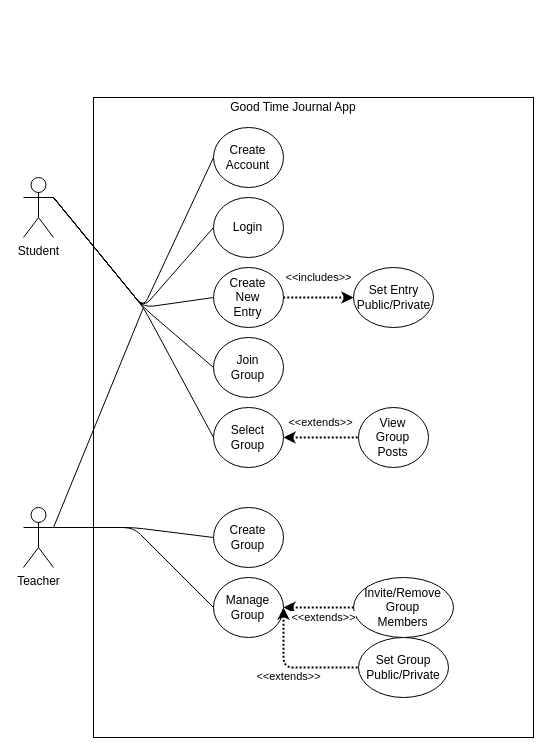
Before: UseCase.drawio in VadathHeilsang/430DreamTeam, a draw.io diagram. Source tidied: cells renumbered, new cells numbered last; positions are measured from the earlier drawing's top-left corner, leaving out a move shared by most shapes. Both pictures are drawn from the tidied source at 100%, with x=0, y=0 at pixel (23, 97).
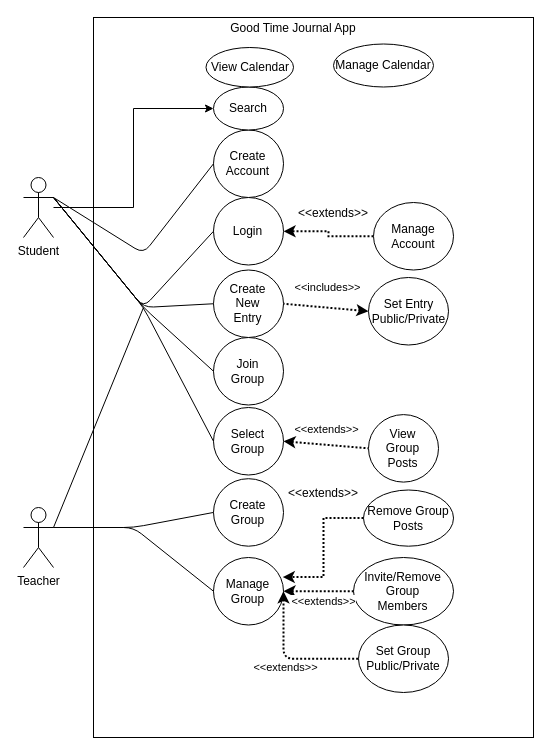
After the change.

The change refers to these unchanged cells:
```xml
<mxCell id="2" style="group;" parent="1" vertex="1">
  <mxGeometry x="220" y="20" width="290" height="620" as="geometry" />
</mxCell>
<mxCell id="45" value="Student" style="shape=umlActor;verticalLabelPosition=bottom;verticalAlign=top;html=1;outlineConnect=0;" parent="1" vertex="1">
  <mxGeometry y="80" width="30" height="60" as="geometry" />
</mxCell>
```

What changed in the source:
```diff
@@
     <mxCell id="3" style="group;" parent="2" vertex="1">
-      <mxGeometry x="-150" y="-20" width="440" height="640" as="geometry" />
+      <mxGeometry x="-150" y="-100" width="440" height="720" as="geometry" />
     </mxCell>
     <mxCell id="4" style="rounded=0;whiteSpace=wrap;html=1;" parent="3" vertex="1">
-      <mxGeometry width="440" height="640" as="geometry" />
+      <mxGeometry width="440" height="720" as="geometry" />
     </mxCell>
     <mxCell id="5" value="Good Time Journal App" style="text;html=1;strokeColor=none;fillColor=none;align=center;verticalAlign=middle;whiteSpace=wrap;rounded=0;" parent="3" vertex="1">
-      <mxGeometry x="130" width="140" height="20" as="geometry" />
+      <mxGeometry x="130" width="140" height="22.5" as="geometry" />
     </mxCell>
-    <mxCell id="6" style="endArrow=none;html=1;entryX=0;entryY=0.5;entryDx=0;entryDy=0;" parent="3" edge="1" target="12">
-      <mxGeometry relative="1" as="geometry">
-        <mxPoint x="-40" y="100" as="sourcePoint" />
-        <Array as="points">
-          <mxPoint x="50" y="210" />
-        </Array>
-      </mxGeometry>
-    </mxCell>
@@
     <mxCell id="8" style="group;" parent="3" vertex="1">
-      <mxGeometry x="120" y="240" width="70" height="60" as="geometry" />
+      <mxGeometry x="120" y="320" width="70" height="67.5" as="geometry" />
     </mxCell>
     <mxCell id="9" style="ellipse;whiteSpace=wrap;html=1;" parent="8" vertex="1">
-      <mxGeometry width="70" height="60" as="geometry" />
+      <mxGeometry width="70" height="67.5" as="geometry" />
     </mxCell>
     <mxCell id="10" value="Join Group" style="text;html=1;strokeColor=none;fillColor=none;align=center;verticalAlign=middle;whiteSpace=wrap;rounded=0;" parent="8" vertex="1">
-      <mxGeometry x="23.3" y="22.5" width="23.3" height="15" as="geometry" />
+      <mxGeometry x="23.3" y="25.3" width="23.3" height="16.9" as="geometry" />
     </mxCell>
-    <mxCell id="11" style="group;" parent="3" vertex="1">
-      <mxGeometry x="120" y="30" width="70" height="60" as="geometry" />
-    </mxCell>
-    <mxCell id="12" style="ellipse;whiteSpace=wrap;html=1;" parent="11" vertex="1">
-      <mxGeometry width="70" height="60" as="geometry" />
-    </mxCell>
-    <mxCell id="13" value="Create Account" style="text;html=1;strokeColor=none;fillColor=none;align=center;verticalAlign=middle;whiteSpace=wrap;rounded=0;" parent="11" vertex="1">
-      <mxGeometry x="23.3" y="22.5" width="23.3" height="15" as="geometry" />
-    </mxCell>
-    <mxCell id="14" style="group;" parent="3" vertex="1">
-      <mxGeometry x="120" y="100" width="70" height="60" as="geometry" />
-    </mxCell>
-    <mxCell id="15" style="ellipse;whiteSpace=wrap;html=1;" parent="14" vertex="1">
-      <mxGeometry width="70" height="60" as="geometry" />
-    </mxCell>
-    <mxCell id="16" value="&lt;div&gt;Login&lt;/div&gt;" style="text;html=1;strokeColor=none;fillColor=none;align=center;verticalAlign=middle;whiteSpace=wrap;rounded=0;" parent="14" vertex="1">
-      <mxGeometry x="23.3" y="22.5" width="23.3" height="15" as="geometry" />
-    </mxCell>
-    <mxCell id="17" style="group;" parent="3" vertex="1">
-      <mxGeometry x="260" y="170" width="80" height="60" as="geometry" />
-    </mxCell>
-    <mxCell id="18" style="ellipse;whiteSpace=wrap;html=1;" parent="17" vertex="1">
-      <mxGeometry width="80" height="60" as="geometry" />
-    </mxCell>
-    <mxCell id="19" value="&lt;div&gt;Set Entry Public/Private&lt;/div&gt;" style="text;html=1;strokeColor=none;fillColor=none;align=center;verticalAlign=middle;whiteSpace=wrap;rounded=0;" parent="17" vertex="1">
-      <mxGeometry x="26.7" y="22.5" width="26.7" height="15" as="geometry" />
-    </mxCell>
-    <mxCell id="20" style="group;" parent="3" vertex="1">
-      <mxGeometry x="120" y="310" width="70" height="60" as="geometry" />
-    </mxCell>
-    <mxCell id="21" style="ellipse;whiteSpace=wrap;html=1;" parent="20" vertex="1">
-      <mxGeometry width="70" height="60" as="geometry" />
-    </mxCell>
-    <mxCell id="22" value="Select Group" style="text;html=1;strokeColor=none;fillColor=none;align=center;verticalAlign=middle;whiteSpace=wrap;rounded=0;" parent="20" vertex="1">
-      <mxGeometry x="23.3" y="22.5" width="23.3" height="15" as="geometry" />
-    </mxCell>
-    <mxCell id="23" style="group;" parent="3" vertex="1">
-      <mxGeometry x="120" y="170" width="70" height="60" as="geometry" />
-    </mxCell>
-    <mxCell id="24" style="ellipse;whiteSpace=wrap;html=1;" parent="23" vertex="1">
-      <mxGeometry width="70" height="60" as="geometry" />
-    </mxCell>
-    <mxCell id="25" value="Create New Entry" style="text;html=1;strokeColor=none;fillColor=none;align=center;verticalAlign=middle;whiteSpace=wrap;rounded=0;" parent="23" vertex="1">
-      <mxGeometry x="23.3" y="22.5" width="23.3" height="15" as="geometry" />
-    </mxCell>
@@
-    <mxCell id="27" style="group;" parent="3" vertex="1">
-      <mxGeometry x="265" y="310" width="70" height="60" as="geometry" />
-    </mxCell>
-    <mxCell id="28" style="ellipse;whiteSpace=wrap;html=1;" parent="27" vertex="1">
-      <mxGeometry width="70" height="60" as="geometry" />
-    </mxCell>
-    <mxCell id="29" value="View Group Posts" style="text;html=1;strokeColor=none;fillColor=none;align=center;verticalAlign=middle;whiteSpace=wrap;rounded=0;" parent="27" vertex="1">
-      <mxGeometry x="23.3" y="22.5" width="23.3" height="15" as="geometry" />
-    </mxCell>
     <mxCell id="30" style="group;" parent="3" vertex="1">
-      <mxGeometry x="120" y="410" width="70" height="60" as="geometry" />
+      <mxGeometry x="120" y="461.2" width="70" height="67.5" as="geometry" />
     </mxCell>
     <mxCell id="31" style="ellipse;whiteSpace=wrap;html=1;" parent="30" vertex="1">
-      <mxGeometry width="70" height="60" as="geometry" />
+      <mxGeometry width="70" height="67.5" as="geometry" />
     </mxCell>
     <mxCell id="32" value="Create Group" style="text;html=1;strokeColor=none;fillColor=none;align=center;verticalAlign=middle;whiteSpace=wrap;rounded=0;" parent="30" vertex="1">
-      <mxGeometry x="23.3" y="22.5" width="23.3" height="15" as="geometry" />
+      <mxGeometry x="23.3" y="25.3" width="23.3" height="16.9" as="geometry" />
     </mxCell>
     <mxCell id="33" style="group;" parent="3" vertex="1">
-      <mxGeometry x="120" y="480" width="70" height="60" as="geometry" />
+      <mxGeometry x="120" y="540" width="70" height="67.5" as="geometry" />
     </mxCell>
     <mxCell id="34" style="ellipse;whiteSpace=wrap;html=1;" parent="33" vertex="1">
-      <mxGeometry width="70" height="60" as="geometry" />
+      <mxGeometry width="70" height="67.5" as="geometry" />
     </mxCell>
     <mxCell id="35" value="Manage Group" style="text;html=1;strokeColor=none;fillColor=none;align=center;verticalAlign=middle;whiteSpace=wrap;rounded=0;" parent="33" vertex="1">
-      <mxGeometry x="23.3" y="22.5" width="23.3" height="15" as="geometry" />
+      <mxGeometry x="23.3" y="25.3" width="23.3" height="16.9" as="geometry" />
     </mxCell>
     <mxCell id="36" style="group;" parent="3" vertex="1">
-      <mxGeometry x="260" y="480" width="100" height="60" as="geometry" />
+      <mxGeometry x="260" y="540" width="100" height="67.5" as="geometry" />
     </mxCell>
     <mxCell id="37" style="ellipse;whiteSpace=wrap;html=1;" parent="36" vertex="1">
-      <mxGeometry width="100" height="60" as="geometry" />
+      <mxGeometry width="100" height="67.5" as="geometry" />
     </mxCell>
     <mxCell id="38" value="Invite/Remove Group Members" style="text;html=1;strokeColor=none;fillColor=none;align=center;verticalAlign=middle;whiteSpace=wrap;rounded=0;" parent="36" vertex="1">
-      <mxGeometry x="33.3" y="22.5" width="33.3" height="15" as="geometry" />
+      <mxGeometry x="33.3" y="25.3" width="33.3" height="16.9" as="geometry" />
     </mxCell>
     <mxCell id="39" style="group;" parent="3" vertex="1">
-      <mxGeometry x="265" y="540" width="90" height="60" as="geometry" />
+      <mxGeometry x="265" y="607.5" width="90" height="67.5" as="geometry" />
     </mxCell>
     <mxCell id="40" style="ellipse;whiteSpace=wrap;html=1;" parent="39" vertex="1">
-      <mxGeometry width="90" height="60" as="geometry" />
+      <mxGeometry width="90" height="67.5" as="geometry" />
     </mxCell>
     <mxCell id="41" value="Set Group Public/Private" style="text;html=1;strokeColor=none;fillColor=none;align=center;verticalAlign=middle;whiteSpace=wrap;rounded=0;" parent="39" vertex="1">
-      <mxGeometry x="30" y="22.5" width="30" height="15" as="geometry" />
+      <mxGeometry x="30" y="25.3" width="30" height="16.9" as="geometry" />
     </mxCell>
     <mxCell id="42" value="&amp;lt;&amp;lt;extends&amp;gt;&amp;gt;" style="endArrow=none;html=1;strokeWidth=2;startArrow=classic;startFill=1;dashed=1;dashPattern=1 1;entryX=0;entryY=0.5;entryDx=0;entryDy=0;exitX=1;exitY=0.5;exitDx=0;exitDy=0;" parent="3" edge="1" source="34" target="40">
       <mxGeometry x="-0.03" y="-9" relative="1" as="geometry">
         <Array as="points">
-          <mxPoint x="190" y="570" />
+          <mxPoint x="190" y="641.2" />
         </Array>
       </mxGeometry>
     </mxCell>
@@
+    <mxCell id="53" style="edgeStyle=orthogonalEdgeStyle;rounded=0;jettySize=auto;html=1;exitX=0;exitY=0.5;exitDx=0;exitDy=0;dashed=1;dashPattern=1 1;strokeWidth=2;" parent="3" edge="1" source="54" target="15">
+      <mxGeometry relative="1" as="geometry" />
+    </mxCell>
+    <mxCell id="54" value="Manage Account" style="ellipse;whiteSpace=wrap;html=1;" parent="3" vertex="1">
+      <mxGeometry x="280" y="185" width="80" height="67.5" as="geometry" />
+    </mxCell>
+    <mxCell id="55" value="&amp;lt;&amp;lt;extends&amp;gt;&amp;gt;" style="text;html=1;strokeColor=none;fillColor=none;align=center;verticalAlign=middle;whiteSpace=wrap;rounded=0;" parent="3" vertex="1">
+      <mxGeometry x="220" y="185" width="40" height="22.5" as="geometry" />
+    </mxCell>
+    <mxCell id="56" style="edgeStyle=orthogonalEdgeStyle;rounded=0;jettySize=auto;html=1;exitX=0;exitY=0.5;exitDx=0;exitDy=0;entryX=0.989;entryY=0.29;entryDx=0;entryDy=0;entryPerimeter=0;dashed=1;dashPattern=1 1;strokeWidth=2;" parent="3" edge="1" source="57" target="34">
+      <mxGeometry relative="1" as="geometry" />
+    </mxCell>
+    <mxCell id="57" value="Remove Group Posts" style="ellipse;whiteSpace=wrap;html=1;" parent="3" vertex="1">
+      <mxGeometry x="270" y="472.5" width="90" height="56.2" as="geometry" />
+    </mxCell>
+    <mxCell id="58" value="&amp;lt;&amp;lt;extends&amp;gt;&amp;gt;" style="text;html=1;strokeColor=none;fillColor=none;align=center;verticalAlign=middle;whiteSpace=wrap;rounded=0;" parent="3" vertex="1">
+      <mxGeometry x="210" y="464.6" width="40" height="22.5" as="geometry" />
+    </mxCell>
+    <mxCell id="20" style="group;" parent="3" vertex="1">
+      <mxGeometry x="120" y="390" width="70" height="67.5" as="geometry" />
+    </mxCell>
+    <mxCell id="21" style="ellipse;whiteSpace=wrap;html=1;" parent="20" vertex="1">
+      <mxGeometry width="70" height="67.5" as="geometry" />
+    </mxCell>
+    <mxCell id="22" value="Select Group" style="text;html=1;strokeColor=none;fillColor=none;align=center;verticalAlign=middle;whiteSpace=wrap;rounded=0;" parent="20" vertex="1">
+      <mxGeometry x="23.3" y="25.3" width="23.3" height="16.9" as="geometry" />
+    </mxCell>
+    <mxCell id="23" style="group;" parent="3" vertex="1">
+      <mxGeometry x="120" y="252.5" width="70" height="67.5" as="geometry" />
+    </mxCell>
+    <mxCell id="24" style="ellipse;whiteSpace=wrap;html=1;" parent="23" vertex="1">
+      <mxGeometry width="70" height="67.5" as="geometry" />
+    </mxCell>
+    <mxCell id="25" value="Create New Entry" style="text;html=1;strokeColor=none;fillColor=none;align=center;verticalAlign=middle;whiteSpace=wrap;rounded=0;" parent="23" vertex="1">
+      <mxGeometry x="23.3" y="25.3" width="23.3" height="16.9" as="geometry" />
+    </mxCell>
+    <mxCell id="14" style="group;" parent="3" vertex="1">
+      <mxGeometry x="120" y="180" width="70" height="67.5" as="geometry" />
+    </mxCell>
+    <mxCell id="15" style="ellipse;whiteSpace=wrap;html=1;" parent="14" vertex="1">
+      <mxGeometry width="70" height="67.5" as="geometry" />
+    </mxCell>
+    <mxCell id="16" value="&lt;div&gt;Login&lt;/div&gt;" style="text;html=1;strokeColor=none;fillColor=none;align=center;verticalAlign=middle;whiteSpace=wrap;rounded=0;" parent="14" vertex="1">
+      <mxGeometry x="23.3" y="25.3" width="23.3" height="16.9" as="geometry" />
+    </mxCell>
+    <mxCell id="27" style="group;" parent="3" vertex="1">
+      <mxGeometry x="275" y="397.1" width="70" height="67.5" as="geometry" />
+    </mxCell>
+    <mxCell id="28" style="ellipse;whiteSpace=wrap;html=1;" parent="27" vertex="1">
+      <mxGeometry width="70" height="67.5" as="geometry" />
+    </mxCell>
+    <mxCell id="29" value="View Group Posts" style="text;html=1;strokeColor=none;fillColor=none;align=center;verticalAlign=middle;whiteSpace=wrap;rounded=0;" parent="27" vertex="1">
+      <mxGeometry x="23.3" y="25.3" width="23.3" height="16.9" as="geometry" />
+    </mxCell>
+    <mxCell id="17" style="group;" parent="3" vertex="1">
+      <mxGeometry x="275" y="260" width="80" height="67.5" as="geometry" />
+    </mxCell>
+    <mxCell id="18" style="ellipse;whiteSpace=wrap;html=1;" parent="17" vertex="1">
+      <mxGeometry width="80" height="67.5" as="geometry" />
+    </mxCell>
+    <mxCell id="19" value="&lt;div&gt;Set Entry Public/Private&lt;/div&gt;" style="text;html=1;strokeColor=none;fillColor=none;align=center;verticalAlign=middle;whiteSpace=wrap;rounded=0;" parent="17" vertex="1">
+      <mxGeometry x="26.7" y="25.3" width="26.7" height="16.9" as="geometry" />
+    </mxCell>
+    <mxCell id="11" style="group;" parent="3" vertex="1">
+      <mxGeometry x="120" y="112.5" width="70" height="67.5" as="geometry" />
+    </mxCell>
+    <mxCell id="12" style="ellipse;whiteSpace=wrap;html=1;" parent="11" vertex="1">
+      <mxGeometry width="70" height="67.5" as="geometry" />
+    </mxCell>
+    <mxCell id="13" value="Create Account" style="text;html=1;strokeColor=none;fillColor=none;align=center;verticalAlign=middle;whiteSpace=wrap;rounded=0;" parent="11" vertex="1">
+      <mxGeometry x="23.3" y="25.3" width="23.3" height="16.9" as="geometry" />
+    </mxCell>
+    <mxCell id="59" value="Search" style="ellipse;whiteSpace=wrap;html=1;" parent="3" vertex="1">
+      <mxGeometry x="120" y="69.5" width="70" height="43" as="geometry" />
+    </mxCell>
+    <mxCell id="60" value="View Calendar" style="ellipse;whiteSpace=wrap;html=1;" parent="3" vertex="1">
+      <mxGeometry x="112.5" y="30" width="87.5" height="39.5" as="geometry" />
+    </mxCell>
+    <mxCell id="61" value="Manage Calendar" style="ellipse;whiteSpace=wrap;html=1;" parent="3" vertex="1">
+      <mxGeometry x="240" y="26.5" width="100" height="43" as="geometry" />
+    </mxCell>
@@
+    <mxCell id="62" style="edgeStyle=orthogonalEdgeStyle;rounded=0;jettySize=auto;html=1;entryX=0;entryY=0.5;entryDx=0;entryDy=0;strokeWidth=1;" parent="1" edge="1" source="45" target="59">
+      <mxGeometry relative="1" as="geometry" />
+    </mxCell>
@@
+    <mxCell id="6" style="endArrow=none;html=1;entryX=0;entryY=0.5;entryDx=0;entryDy=0;exitX=1;exitY=0.3333333333333333;exitDx=0;exitDy=0;exitPerimeter=0;" parent="1" edge="1" source="45" target="12">
+      <mxGeometry relative="1" as="geometry">
+        <Array as="points">
+          <mxPoint x="120" y="156.2" />
+        </Array>
+      </mxGeometry>
+    </mxCell>
```
